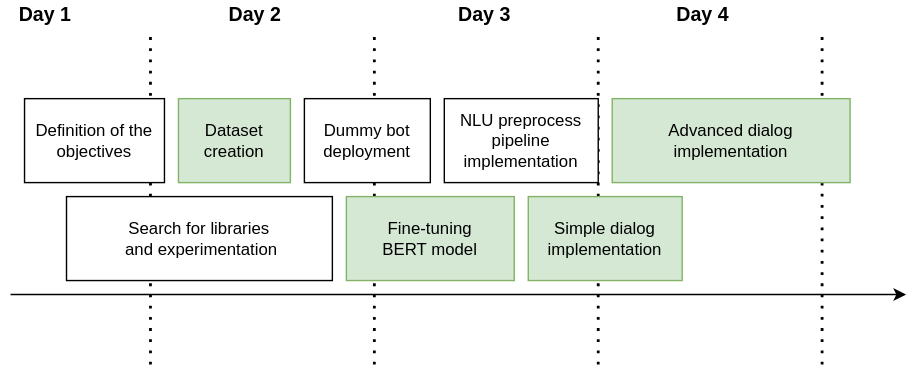
paradous/chatbot keeps this draw.io diagram as assets/project_timeline.svg. Above is the earlier version. Source tidied: cells renumbered, new cells last; positions are measured from the earlier drawing's top-left corner, leaving out a move shared by most shapes. Source of this version:
```xml
<mxGraphModel>
  <root>
    <mxCell id="0" />
    <mxCell id="1" parent="0" />
    <mxCell id="2" style="endArrow=classic;html=1;" parent="1" edge="1">
      <mxGeometry relative="1" as="geometry">
        <mxPoint y="210" as="sourcePoint" />
        <mxPoint x="640" y="210" as="targetPoint" />
      </mxGeometry>
    </mxCell>
    <mxCell id="3" style="endArrow=none;dashed=1;html=1;dashPattern=1 3;strokeWidth=2;" parent="1" edge="1">
      <mxGeometry relative="1" as="geometry">
        <mxPoint x="100" y="260" as="sourcePoint" />
        <mxPoint x="100" y="20" as="targetPoint" />
      </mxGeometry>
    </mxCell>
    <mxCell id="4" style="endArrow=none;dashed=1;html=1;dashPattern=1 3;strokeWidth=2;" parent="1" edge="1">
      <mxGeometry relative="1" as="geometry">
        <mxPoint x="260" y="260" as="sourcePoint" />
        <mxPoint x="260" y="20" as="targetPoint" />
      </mxGeometry>
    </mxCell>
    <mxCell id="5" style="endArrow=none;dashed=1;html=1;dashPattern=1 3;strokeWidth=2;" parent="1" edge="1">
      <mxGeometry relative="1" as="geometry">
        <mxPoint x="420" y="260" as="sourcePoint" />
        <mxPoint x="420" y="20" as="targetPoint" />
      </mxGeometry>
    </mxCell>
    <mxCell id="6" style="endArrow=none;dashed=1;html=1;dashPattern=1 3;strokeWidth=2;" parent="1" edge="1">
      <mxGeometry relative="1" as="geometry">
        <mxPoint x="580" y="260" as="sourcePoint" />
        <mxPoint x="580" y="20" as="targetPoint" />
      </mxGeometry>
    </mxCell>
    <mxCell id="7" value="&lt;b&gt;&lt;font style=&quot;font-size: 14px&quot;&gt;Day 1&lt;/font&gt;&lt;/b&gt;" style="text;html=1;strokeColor=none;fillColor=none;align=center;verticalAlign=middle;whiteSpace=wrap;rounded=0;" parent="1" vertex="1">
      <mxGeometry width="50" height="20" as="geometry" />
    </mxCell>
    <mxCell id="8" value="&lt;b&gt;&lt;font style=&quot;font-size: 14px&quot;&gt;Day 2&lt;/font&gt;&lt;/b&gt;" style="text;html=1;strokeColor=none;fillColor=none;align=center;verticalAlign=middle;whiteSpace=wrap;rounded=0;" parent="1" vertex="1">
      <mxGeometry x="150" width="50" height="20" as="geometry" />
    </mxCell>
    <mxCell id="9" value="&lt;b&gt;&lt;font style=&quot;font-size: 14px&quot;&gt;Day 3&lt;/font&gt;&lt;/b&gt;" style="text;html=1;strokeColor=none;fillColor=none;align=center;verticalAlign=middle;whiteSpace=wrap;rounded=0;" parent="1" vertex="1">
      <mxGeometry x="314" width="50" height="20" as="geometry" />
    </mxCell>
    <mxCell id="10" value="&lt;b&gt;&lt;font style=&quot;font-size: 14px&quot;&gt;Day 4&lt;/font&gt;&lt;/b&gt;" style="text;html=1;strokeColor=none;fillColor=none;align=center;verticalAlign=middle;whiteSpace=wrap;rounded=0;" parent="1" vertex="1">
      <mxGeometry x="470" width="50" height="20" as="geometry" />
    </mxCell>
    <mxCell id="11" value="Advanced dialog&lt;br&gt;implementation" style="rounded=0;whiteSpace=wrap;html=1;fillColor=#d5e8d4;strokeColor=#82b366;" parent="1" vertex="1">
      <mxGeometry x="430" y="70" width="170" height="60" as="geometry" />
    </mxCell>
    <mxCell id="12" value="Definition of the objectives" style="rounded=0;whiteSpace=wrap;html=1;" parent="1" vertex="1">
      <mxGeometry x="10" y="70" width="100" height="60" as="geometry" />
    </mxCell>
    <mxCell id="13" value="Search for libraries&lt;br&gt;&amp;nbsp;and experimentation" style="rounded=0;whiteSpace=wrap;html=1;" parent="1" vertex="1">
      <mxGeometry x="40" y="140" width="190" height="60" as="geometry" />
    </mxCell>
    <mxCell id="14" value="Dataset&lt;br&gt;creation" style="rounded=0;whiteSpace=wrap;html=1;fillColor=#d5e8d4;strokeColor=#82b366;" parent="1" vertex="1">
      <mxGeometry x="120" y="70" width="80" height="60" as="geometry" />
    </mxCell>
    <mxCell id="15" value="Dummy bot&lt;br&gt;deployment" style="rounded=0;whiteSpace=wrap;html=1;" parent="1" vertex="1">
      <mxGeometry x="210" y="70" width="90" height="60" as="geometry" />
    </mxCell>
    <mxCell id="16" value="Fine-tuning&lt;br&gt;BERT model" style="rounded=0;whiteSpace=wrap;html=1;fillColor=#d5e8d4;strokeColor=#82b366;" parent="1" vertex="1">
      <mxGeometry x="240" y="140" width="120" height="60" as="geometry" />
    </mxCell>
    <mxCell id="17" value="Simple dialog&lt;br&gt;implementation" style="rounded=0;whiteSpace=wrap;html=1;fillColor=#d5e8d4;strokeColor=#82b366;" parent="1" vertex="1">
      <mxGeometry x="370" y="140" width="110" height="60" as="geometry" />
    </mxCell>
    <mxCell id="18" value="NLU preprocess&lt;br&gt;pipeline&lt;br&gt;implementation" style="rounded=0;whiteSpace=wrap;html=1;" parent="1" vertex="1">
      <mxGeometry x="310" y="70" width="110" height="60" as="geometry" />
    </mxCell>
  </root>
</mxGraphModel>
```
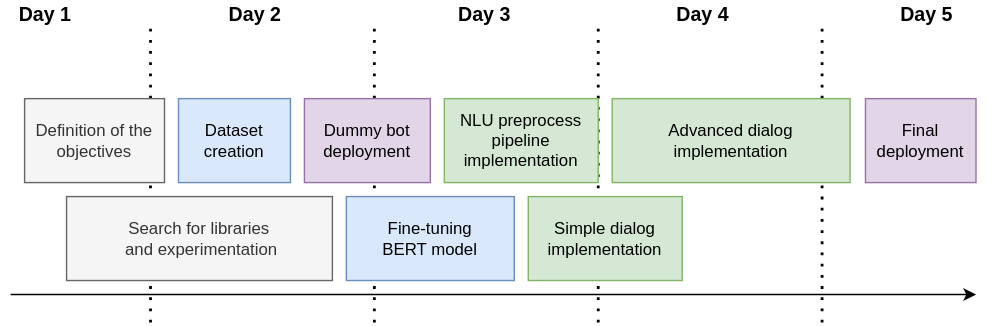
Above is the later version.

Diff of the diagram source:
```diff
@@ -5,30 +5,30 @@
     <mxCell id="2" style="endArrow=classic;html=1;" parent="1" edge="1">
       <mxGeometry relative="1" as="geometry">
         <mxPoint y="210" as="sourcePoint" />
-        <mxPoint x="640" y="210" as="targetPoint" />
+        <mxPoint x="690" y="210" as="targetPoint" />
       </mxGeometry>
     </mxCell>
     <mxCell id="3" style="endArrow=none;dashed=1;html=1;dashPattern=1 3;strokeWidth=2;" parent="1" edge="1">
       <mxGeometry relative="1" as="geometry">
-        <mxPoint x="100" y="260" as="sourcePoint" />
+        <mxPoint x="100" y="230" as="sourcePoint" />
         <mxPoint x="100" y="20" as="targetPoint" />
       </mxGeometry>
     </mxCell>
     <mxCell id="4" style="endArrow=none;dashed=1;html=1;dashPattern=1 3;strokeWidth=2;" parent="1" edge="1">
       <mxGeometry relative="1" as="geometry">
-        <mxPoint x="260" y="260" as="sourcePoint" />
+        <mxPoint x="260" y="230" as="sourcePoint" />
         <mxPoint x="260" y="20" as="targetPoint" />
       </mxGeometry>
     </mxCell>
     <mxCell id="5" style="endArrow=none;dashed=1;html=1;dashPattern=1 3;strokeWidth=2;" parent="1" edge="1">
       <mxGeometry relative="1" as="geometry">
-        <mxPoint x="420" y="260" as="sourcePoint" />
+        <mxPoint x="420" y="230" as="sourcePoint" />
         <mxPoint x="420" y="20" as="targetPoint" />
       </mxGeometry>
     </mxCell>
     <mxCell id="6" style="endArrow=none;dashed=1;html=1;dashPattern=1 3;strokeWidth=2;" parent="1" edge="1">
       <mxGeometry relative="1" as="geometry">
-        <mxPoint x="580" y="260" as="sourcePoint" />
+        <mxPoint x="580" y="230" as="sourcePoint" />
         <mxPoint x="580" y="20" as="targetPoint" />
       </mxGeometry>
     </mxCell>
@@ -47,26 +47,32 @@
     <mxCell id="11" value="Advanced dialog&lt;br&gt;implementation" style="rounded=0;whiteSpace=wrap;html=1;fillColor=#d5e8d4;strokeColor=#82b366;" parent="1" vertex="1">
       <mxGeometry x="430" y="70" width="170" height="60" as="geometry" />
     </mxCell>
-    <mxCell id="12" value="Definition of the objectives" style="rounded=0;whiteSpace=wrap;html=1;" parent="1" vertex="1">
+    <mxCell id="12" value="Definition of the objectives" style="rounded=0;whiteSpace=wrap;html=1;fillColor=#f5f5f5;strokeColor=#666666;fontColor=#333333;" parent="1" vertex="1">
       <mxGeometry x="10" y="70" width="100" height="60" as="geometry" />
     </mxCell>
-    <mxCell id="13" value="Search for libraries&lt;br&gt;&amp;nbsp;and experimentation" style="rounded=0;whiteSpace=wrap;html=1;" parent="1" vertex="1">
+    <mxCell id="13" value="Search for libraries&lt;br&gt;&amp;nbsp;and experimentation" style="rounded=0;whiteSpace=wrap;html=1;fillColor=#f5f5f5;strokeColor=#666666;fontColor=#333333;" parent="1" vertex="1">
       <mxGeometry x="40" y="140" width="190" height="60" as="geometry" />
     </mxCell>
-    <mxCell id="14" value="Dataset&lt;br&gt;creation" style="rounded=0;whiteSpace=wrap;html=1;fillColor=#d5e8d4;strokeColor=#82b366;" parent="1" vertex="1">
+    <mxCell id="14" value="Dataset&lt;br&gt;creation" style="rounded=0;whiteSpace=wrap;html=1;fillColor=#dae8fc;strokeColor=#6c8ebf;" parent="1" vertex="1">
       <mxGeometry x="120" y="70" width="80" height="60" as="geometry" />
     </mxCell>
-    <mxCell id="15" value="Dummy bot&lt;br&gt;deployment" style="rounded=0;whiteSpace=wrap;html=1;" parent="1" vertex="1">
+    <mxCell id="15" value="Dummy bot&lt;br&gt;deployment" style="rounded=0;whiteSpace=wrap;html=1;fillColor=#e1d5e7;strokeColor=#9673a6;" parent="1" vertex="1">
       <mxGeometry x="210" y="70" width="90" height="60" as="geometry" />
     </mxCell>
-    <mxCell id="16" value="Fine-tuning&lt;br&gt;BERT model" style="rounded=0;whiteSpace=wrap;html=1;fillColor=#d5e8d4;strokeColor=#82b366;" parent="1" vertex="1">
+    <mxCell id="16" value="Fine-tuning&lt;br&gt;BERT model" style="rounded=0;whiteSpace=wrap;html=1;fillColor=#dae8fc;strokeColor=#6c8ebf;" parent="1" vertex="1">
       <mxGeometry x="240" y="140" width="120" height="60" as="geometry" />
     </mxCell>
     <mxCell id="17" value="Simple dialog&lt;br&gt;implementation" style="rounded=0;whiteSpace=wrap;html=1;fillColor=#d5e8d4;strokeColor=#82b366;" parent="1" vertex="1">
       <mxGeometry x="370" y="140" width="110" height="60" as="geometry" />
     </mxCell>
-    <mxCell id="18" value="NLU preprocess&lt;br&gt;pipeline&lt;br&gt;implementation" style="rounded=0;whiteSpace=wrap;html=1;" parent="1" vertex="1">
+    <mxCell id="18" value="NLU preprocess&lt;br&gt;pipeline&lt;br&gt;implementation" style="rounded=0;whiteSpace=wrap;html=1;fillColor=#d5e8d4;strokeColor=#82b366;" parent="1" vertex="1">
       <mxGeometry x="310" y="70" width="110" height="60" as="geometry" />
     </mxCell>
+    <mxCell id="19" value="Final deployment" style="rounded=0;whiteSpace=wrap;html=1;rotation=0;fillColor=#e1d5e7;strokeColor=#9673a6;" parent="1" vertex="1">
+      <mxGeometry x="611" y="70" width="79" height="60" as="geometry" />
+    </mxCell>
+    <mxCell id="20" value="&lt;b&gt;&lt;font style=&quot;font-size: 14px&quot;&gt;Day 5&lt;/font&gt;&lt;/b&gt;" style="text;html=1;strokeColor=none;fillColor=none;align=center;verticalAlign=middle;whiteSpace=wrap;rounded=0;" parent="1" vertex="1">
+      <mxGeometry x="630" width="50" height="20" as="geometry" />
+    </mxCell>
   </root>
 </mxGraphModel>
```
